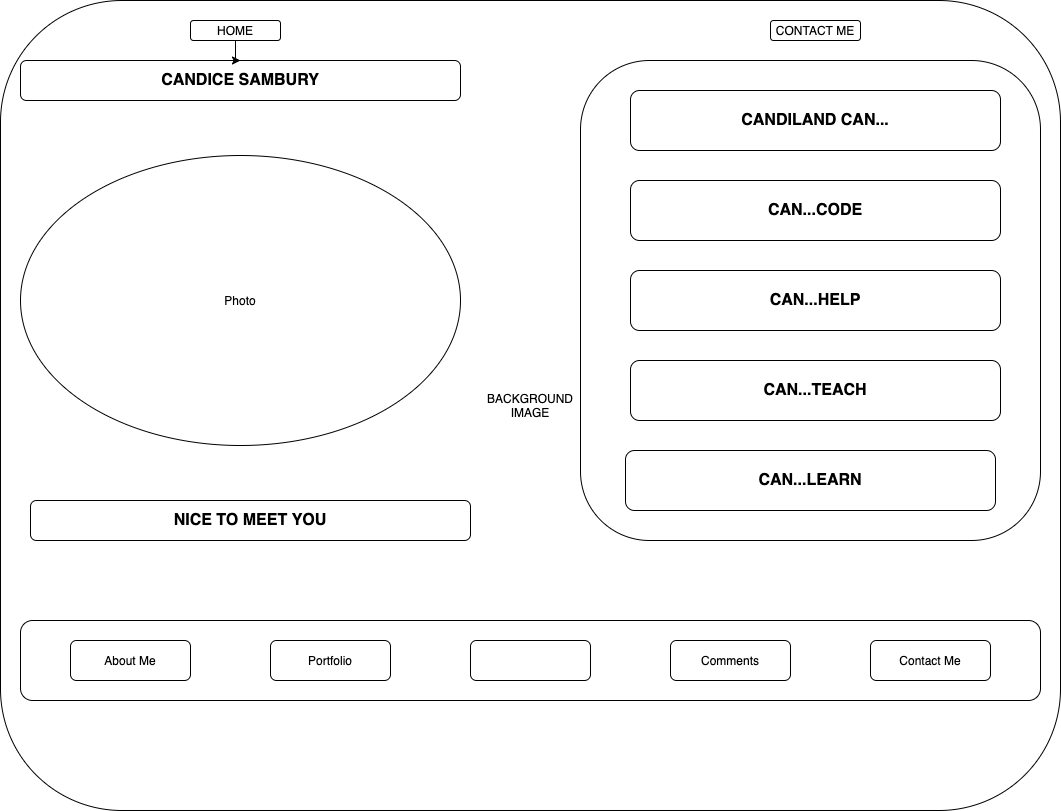
Earlier version of the draw.io export myportfolio.png (Ntsaiab/MyPortfolio). Source tidied: cells renumbered, new cells last; positions are measured from the earlier drawing's top-left corner, leaving out a move shared by most shapes.
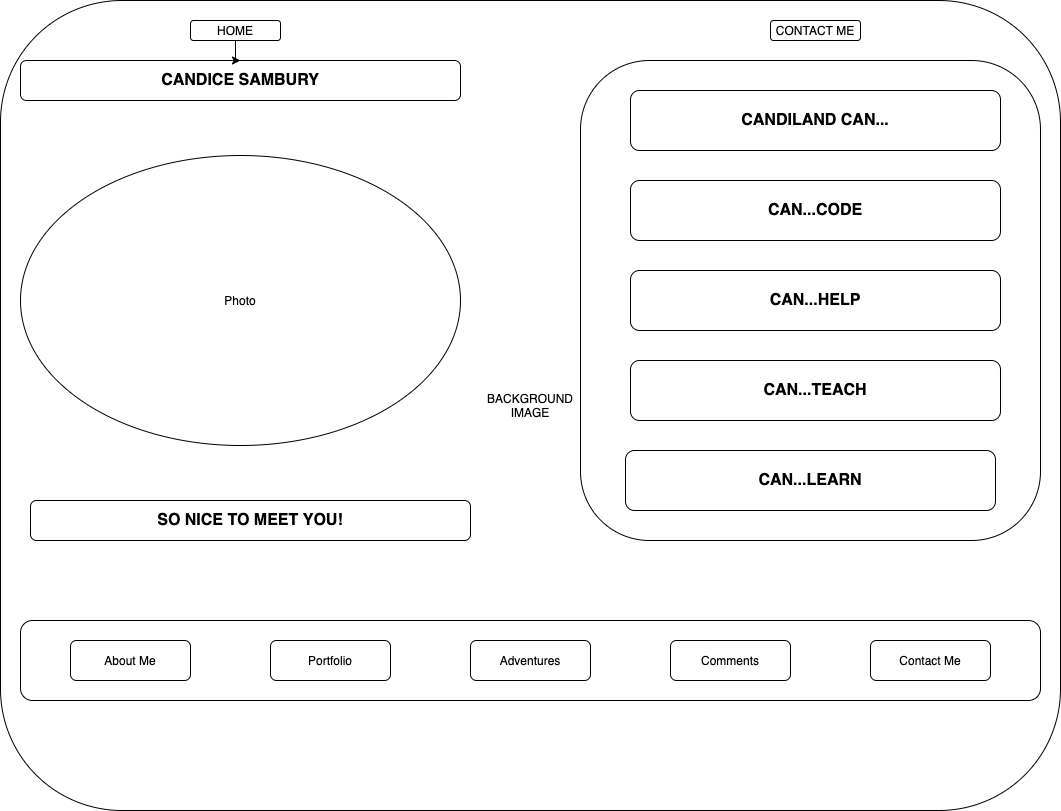
Later version of the same file.

Change to the diagram source:
```diff
@@ -20,7 +20,7 @@
     <mxCell id="7" value="About Me" style="rounded=1;whiteSpace=wrap;html=1;" parent="1" vertex="1">
       <mxGeometry x="70" y="640" width="120" height="40" as="geometry" />
     </mxCell>
-    <mxCell id="8" style="rounded=1;whiteSpace=wrap;html=1;" parent="1" vertex="1">
+    <mxCell id="8" value="Adventures" style="rounded=1;whiteSpace=wrap;html=1;" parent="1" vertex="1">
       <mxGeometry x="470" y="640" width="120" height="40" as="geometry" />
     </mxCell>
     <mxCell id="9" value="Comments" style="rounded=1;whiteSpace=wrap;html=1;" parent="1" vertex="1">
@@ -47,7 +47,7 @@
     <mxCell id="16" value="&lt;font size=&quot;3&quot;&gt;&lt;b&gt;CAN...CODE&lt;/b&gt;&lt;/font&gt;" style="rounded=1;whiteSpace=wrap;html=1;" parent="1" vertex="1">
       <mxGeometry x="630" y="180" width="370" height="60" as="geometry" />
     </mxCell>
-    <mxCell id="17" value="&lt;font size=&quot;3&quot;&gt;&lt;b&gt;NICE TO MEET YOU&lt;/b&gt;&lt;/font&gt;" style="rounded=1;whiteSpace=wrap;html=1;" parent="1" vertex="1">
+    <mxCell id="17" value="&lt;font size=&quot;3&quot;&gt;&lt;b&gt;SO NICE TO MEET YOU!&lt;/b&gt;&lt;/font&gt;" style="rounded=1;whiteSpace=wrap;html=1;" parent="1" vertex="1">
       <mxGeometry x="30" y="500" width="440" height="40" as="geometry" />
     </mxCell>
     <mxCell id="18" style="edgeStyle=orthogonalEdgeStyle;rounded=0;jettySize=auto;html=1;" parent="1" edge="1" source="19" target="4">
```
